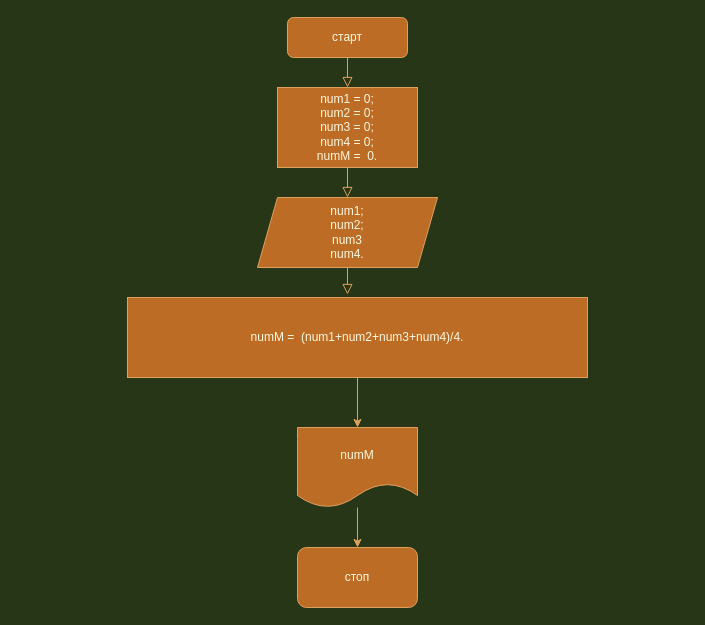
Above: block diagram/algoritm.drawio in NorgeyBilinskiy/The-final-task-of-the-1st-block (draw.io), before the change. Source tidied: cells renumbered, new cells numbered last; positions are measured from the earlier drawing's top-left corner, leaving out a move shared by most shapes. Both pictures are drawn from the tidied source at 100%, with x=0, y=0 at pixel (127, 17).
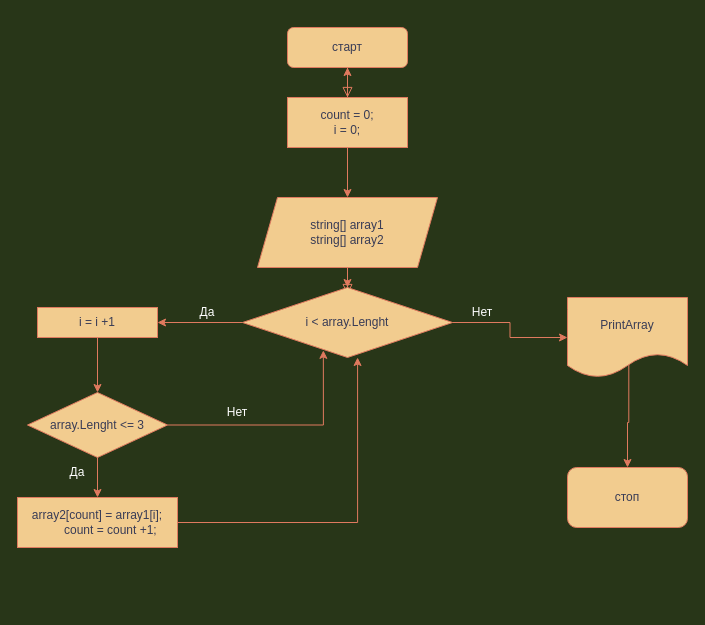
Above is the later version.

The edit, as a diff of the source:
```diff
@@
-    <mxCell id="2" value="старт" style="rounded=1;whiteSpace=wrap;html=1;fontSize=12;glass=0;strokeWidth=1;shadow=0;fillColor=#BC6C25;strokeColor=#DDA15E;fontColor=#FEFAE0;" parent="1" vertex="1">
-      <mxGeometry x="160" width="120" height="40" as="geometry" />
+    <mxCell id="2" value="старт" style="rounded=1;whiteSpace=wrap;html=1;fontSize=12;glass=0;strokeWidth=1;shadow=0;fillColor=#F2CC8F;strokeColor=#E07A5F;fontColor=#393C56;labelBackgroundColor=none;" parent="1" vertex="1">
+      <mxGeometry x="160" y="10" width="120" height="40" as="geometry" />
     </mxCell>
-    <mxCell id="3" value="num1 = 0;&lt;br&gt;num2 = 0;&lt;br&gt;num3 = 0;&lt;br&gt;num4 = 0;&lt;br&gt;numM =&amp;nbsp; 0." style="rounded=0;whiteSpace=wrap;html=1;fillColor=#BC6C25;strokeColor=#DDA15E;fontColor=#FEFAE0;" parent="1" vertex="1">
-      <mxGeometry x="150" y="70" width="140" height="80" as="geometry" />
-    </mxCell>
-    <mxCell id="4" style="rounded=0;html=1;jettySize=auto;fontSize=11;endArrow=block;endFill=0;endSize=8;strokeWidth=1;shadow=0;labelBackgroundColor=none;entryX=0.5;entryY=0;entryDx=0;entryDy=0;exitX=0.5;exitY=1;exitDx=0;exitDy=0;strokeColor=#DDA15E;fontColor=#FEFAE0;" parent="1" edge="1" source="2" target="3">
-      <mxGeometry y="10" relative="1" as="geometry" />
+    <mxCell id="4" style="rounded=0;html=1;jettySize=auto;fontSize=11;endArrow=block;endFill=0;endSize=8;strokeWidth=1;shadow=0;labelBackgroundColor=none;entryX=0.5;entryY=0;entryDx=0;entryDy=0;exitX=0.5;exitY=1;exitDx=0;exitDy=0;strokeColor=#E07A5F;fontColor=default;" parent="1" edge="1" source="2">
+      <mxGeometry y="10" relative="1" as="geometry">
+        <mxPoint x="220" y="80" as="targetPoint" />
+      </mxGeometry>
     </mxCell>
+    <mxCell id="13" style="edgeStyle=orthogonalEdgeStyle;rounded=0;jettySize=auto;html=1;labelBackgroundColor=none;strokeColor=#E07A5F;fontColor=default;" parent="1" edge="1" source="5" target="17">
+      <mxGeometry relative="1" as="geometry" />
+    </mxCell>
-    <mxCell id="5" value="num1;&lt;br&gt;num2;&lt;br&gt;num3&lt;br&gt;num4." style="shape=parallelogram;perimeter=parallelogramPerimeter;whiteSpace=wrap;html=1;fixedSize=1;fillColor=#BC6C25;strokeColor=#DDA15E;fontColor=#FEFAE0;" parent="1" vertex="1">
+    <mxCell id="5" value="string[] array1&lt;br&gt;string[] array2" style="shape=parallelogram;perimeter=parallelogramPerimeter;whiteSpace=wrap;html=1;fixedSize=1;fillColor=#F2CC8F;strokeColor=#E07A5F;fontColor=#393C56;labelBackgroundColor=none;" parent="1" vertex="1">
       <mxGeometry x="130" y="180" width="180" height="70" as="geometry" />
     </mxCell>
-    <mxCell id="6" style="rounded=0;html=1;jettySize=auto;fontSize=11;endArrow=block;endFill=0;endSize=8;strokeWidth=1;shadow=0;labelBackgroundColor=none;entryX=0.5;entryY=0;entryDx=0;entryDy=0;exitX=0.5;exitY=1;exitDx=0;exitDy=0;strokeColor=#DDA15E;fontColor=#FEFAE0;" parent="1" edge="1" source="3" target="5">
-      <mxGeometry y="10" relative="1" as="geometry" />
-    </mxCell>
-    <mxCell id="7" style="edgeStyle=none;rounded=0;jettySize=auto;html=1;labelBackgroundColor=#283618;strokeColor=#DDA15E;fontColor=#FEFAE0;" parent="1" edge="1" source="8" target="11">
-      <mxGeometry relative="1" as="geometry" />
-    </mxCell>
-    <mxCell id="8" value="numM =&amp;nbsp; (num1+num2+num3+num4)/4." style="rounded=0;whiteSpace=wrap;html=1;fillColor=#BC6C25;strokeColor=#DDA15E;fontColor=#FEFAE0;" parent="1" vertex="1">
-      <mxGeometry y="280" width="460" height="80" as="geometry" />
-    </mxCell>
-    <mxCell id="9" style="rounded=0;html=1;jettySize=auto;orthogonalLoop=1;fontSize=11;endArrow=block;endFill=0;endSize=8;strokeWidth=1;shadow=0;labelBackgroundColor=none;exitX=0.5;exitY=1;exitDx=0;exitDy=0;strokeColor=#DDA15E;fontColor=#FEFAE0;" parent="1" edge="1">
+    <mxCell id="9" style="rounded=0;html=1;jettySize=auto;orthogonalLoop=1;fontSize=11;endArrow=block;endFill=0;endSize=8;strokeWidth=1;shadow=0;labelBackgroundColor=none;exitX=0.5;exitY=1;exitDx=0;exitDy=0;strokeColor=#E07A5F;fontColor=default;" parent="1" edge="1">
       <mxGeometry y="10" relative="1" as="geometry">
         <mxPoint x="220" y="250" as="sourcePoint" />
         <mxPoint x="220" y="277" as="targetPoint" />
       </mxGeometry>
     </mxCell>
-    <mxCell id="10" style="edgeStyle=none;rounded=0;jettySize=auto;html=1;labelBackgroundColor=#283618;strokeColor=#DDA15E;fontColor=#FEFAE0;" parent="1" edge="1" source="11">
-      <mxGeometry relative="1" as="geometry">
-        <mxPoint x="230" y="530" as="targetPoint" />
-      </mxGeometry>
-    </mxCell>
+    <mxCell id="14" style="edgeStyle=orthogonalEdgeStyle;rounded=0;jettySize=auto;html=1;entryX=0.5;entryY=0;entryDx=0;entryDy=0;strokeColor=#E07A5F;fontColor=#FFFFFF;fillColor=#F2CC8F;exitX=0.511;exitY=0.828;exitDx=0;exitDy=0;exitPerimeter=0;" parent="1" edge="1" source="11" target="12">
+      <mxGeometry relative="1" as="geometry" />
+    </mxCell>
-    <mxCell id="11" value="numM" style="shape=document;whiteSpace=wrap;html=1;boundedLbl=1;rounded=0;fillColor=#BC6C25;strokeColor=#DDA15E;fontColor=#FEFAE0;" parent="1" vertex="1">
-      <mxGeometry x="170" y="410" width="120" height="80" as="geometry" />
+    <mxCell id="11" value="PrintArray" style="shape=document;whiteSpace=wrap;html=1;boundedLbl=1;rounded=0;fillColor=#F2CC8F;strokeColor=#E07A5F;fontColor=#393C56;labelBackgroundColor=none;" parent="1" vertex="1">
+      <mxGeometry x="440" y="280" width="120" height="80" as="geometry" />
     </mxCell>
-    <mxCell id="12" value="стоп" style="rounded=1;whiteSpace=wrap;html=1;fillColor=#BC6C25;strokeColor=#DDA15E;fontColor=#FEFAE0;" parent="1" vertex="1">
-      <mxGeometry x="170" y="530" width="120" height="60" as="geometry" />
+    <mxCell id="12" value="стоп" style="rounded=1;whiteSpace=wrap;html=1;fillColor=#F2CC8F;strokeColor=#E07A5F;fontColor=#393C56;labelBackgroundColor=none;" parent="1" vertex="1">
+      <mxGeometry x="440" y="450" width="120" height="60" as="geometry" />
     </mxCell>
+    <mxCell id="15" style="edgeStyle=orthogonalEdgeStyle;rounded=0;jettySize=auto;html=1;strokeColor=#E07A5F;fontColor=#393C56;fillColor=#F2CC8F;" parent="1" edge="1" source="17" target="22">
+      <mxGeometry relative="1" as="geometry" />
+    </mxCell>
+    <mxCell id="16" style="edgeStyle=orthogonalEdgeStyle;rounded=0;jettySize=auto;html=1;exitX=1;exitY=0.5;exitDx=0;exitDy=0;entryX=0;entryY=0.5;entryDx=0;entryDy=0;strokeColor=#E07A5F;fontColor=#FFFFFF;fillColor=#F2CC8F;" parent="1" edge="1" source="17" target="11">
+      <mxGeometry relative="1" as="geometry" />
+    </mxCell>
+    <mxCell id="17" value="i &amp;lt; array.Lenght" style="rhombus;whiteSpace=wrap;html=1;fillColor=#F2CC8F;strokeColor=#E07A5F;fontColor=#393C56;labelBackgroundColor=none;" parent="1" vertex="1">
+      <mxGeometry x="115" y="270" width="210" height="70" as="geometry" />
+    </mxCell>
+    <mxCell id="18" style="edgeStyle=orthogonalEdgeStyle;rounded=0;jettySize=auto;html=1;strokeColor=#E07A5F;fontColor=#393C56;fillColor=#F2CC8F;" parent="1" edge="1" source="19" target="2">
+      <mxGeometry relative="1" as="geometry" />
+    </mxCell>
+    <mxCell id="19" value="count = 0;&lt;br&gt;i = 0;" style="rounded=0;whiteSpace=wrap;html=1;strokeColor=#E07A5F;fontColor=#393C56;fillColor=#F2CC8F;" parent="1" vertex="1">
+      <mxGeometry x="160" y="80" width="120" height="50" as="geometry" />
+    </mxCell>
+    <mxCell id="20" style="endArrow=classic;html=1;rounded=0;strokeColor=#E07A5F;fontColor=#393C56;fillColor=#F2CC8F;exitX=0.5;exitY=1;exitDx=0;exitDy=0;entryX=0.5;entryY=0;entryDx=0;entryDy=0;" parent="1" edge="1" source="19" target="5">
+      <mxGeometry relative="1" as="geometry" />
+    </mxCell>
+    <mxCell id="21" style="edgeStyle=orthogonalEdgeStyle;rounded=0;jettySize=auto;html=1;strokeColor=#E07A5F;fontColor=#393C56;fillColor=#F2CC8F;" parent="1" edge="1" source="22" target="25">
+      <mxGeometry relative="1" as="geometry" />
+    </mxCell>
+    <mxCell id="22" value="i = i +1" style="whiteSpace=wrap;html=1;fillColor=#F2CC8F;strokeColor=#E07A5F;fontColor=#393C56;labelBackgroundColor=none;" parent="1" vertex="1">
+      <mxGeometry x="-90" y="290" width="120" height="30" as="geometry" />
+    </mxCell>
+    <mxCell id="23" style="edgeStyle=orthogonalEdgeStyle;rounded=0;jettySize=auto;html=1;strokeColor=#E07A5F;fontColor=#393C56;fillColor=#F2CC8F;" parent="1" edge="1" source="25" target="27">
+      <mxGeometry relative="1" as="geometry" />
+    </mxCell>
+    <mxCell id="24" style="edgeStyle=orthogonalEdgeStyle;rounded=0;jettySize=auto;html=1;exitX=1;exitY=0.5;exitDx=0;exitDy=0;entryX=0.385;entryY=0.898;entryDx=0;entryDy=0;entryPerimeter=0;strokeColor=#E07A5F;fontColor=#FFFFFF;fillColor=#F2CC8F;" parent="1" edge="1" source="25" target="17">
+      <mxGeometry relative="1" as="geometry" />
+    </mxCell>
+    <mxCell id="25" value="array.Lenght &amp;lt;= 3" style="rhombus;whiteSpace=wrap;html=1;fillColor=#F2CC8F;strokeColor=#E07A5F;fontColor=#393C56;labelBackgroundColor=none;" parent="1" vertex="1">
+      <mxGeometry x="-100" y="375" width="140" height="65" as="geometry" />
+    </mxCell>
+    <mxCell id="26" style="edgeStyle=orthogonalEdgeStyle;rounded=0;jettySize=auto;html=1;exitX=1;exitY=0.5;exitDx=0;exitDy=0;strokeColor=#E07A5F;fontColor=#FFFFFF;fillColor=#F2CC8F;entryX=0.548;entryY=1;entryDx=0;entryDy=0;entryPerimeter=0;" parent="1" edge="1" source="27" target="17">
+      <mxGeometry relative="1" as="geometry" />
+    </mxCell>
+    <mxCell id="27" value="&lt;div&gt;array2[count] = array1[i];&lt;/div&gt;&lt;div&gt;&amp;nbsp; &amp;nbsp; &amp;nbsp; &amp;nbsp; count = count +1;&lt;/div&gt;" style="whiteSpace=wrap;html=1;fillColor=#F2CC8F;strokeColor=#E07A5F;fontColor=#393C56;labelBackgroundColor=none;" parent="1" vertex="1">
+      <mxGeometry x="-110" y="480" width="160" height="50" as="geometry" />
+    </mxCell>
+    <mxCell id="28" value="&lt;font color=&quot;#ffffff&quot;&gt;Да&lt;/font&gt;" style="text;html=1;strokeColor=none;fillColor=none;align=center;verticalAlign=middle;whiteSpace=wrap;rounded=0;fontColor=#393C56;" parent="1" vertex="1">
+      <mxGeometry x="50" y="280" width="60" height="30" as="geometry" />
+    </mxCell>
+    <mxCell id="29" value="&lt;font color=&quot;#ffffff&quot;&gt;Да&lt;/font&gt;" style="text;html=1;strokeColor=none;fillColor=none;align=center;verticalAlign=middle;whiteSpace=wrap;rounded=0;fontColor=#393C56;" parent="1" vertex="1">
+      <mxGeometry x="-80" y="440" width="60" height="30" as="geometry" />
+    </mxCell>
+    <mxCell id="30" value="&lt;font color=&quot;#ffffff&quot;&gt;Нет&lt;/font&gt;" style="text;html=1;strokeColor=none;fillColor=none;align=center;verticalAlign=middle;whiteSpace=wrap;rounded=0;fontColor=#393C56;" parent="1" vertex="1">
+      <mxGeometry x="80" y="380" width="60" height="30" as="geometry" />
+    </mxCell>
+    <mxCell id="31" value="&lt;font color=&quot;#ffffff&quot;&gt;Нет&lt;/font&gt;" style="text;html=1;strokeColor=none;fillColor=none;align=center;verticalAlign=middle;whiteSpace=wrap;rounded=0;fontColor=#393C56;" parent="1" vertex="1">
+      <mxGeometry x="325" y="280" width="60" height="30" as="geometry" />
+    </mxCell>
```
